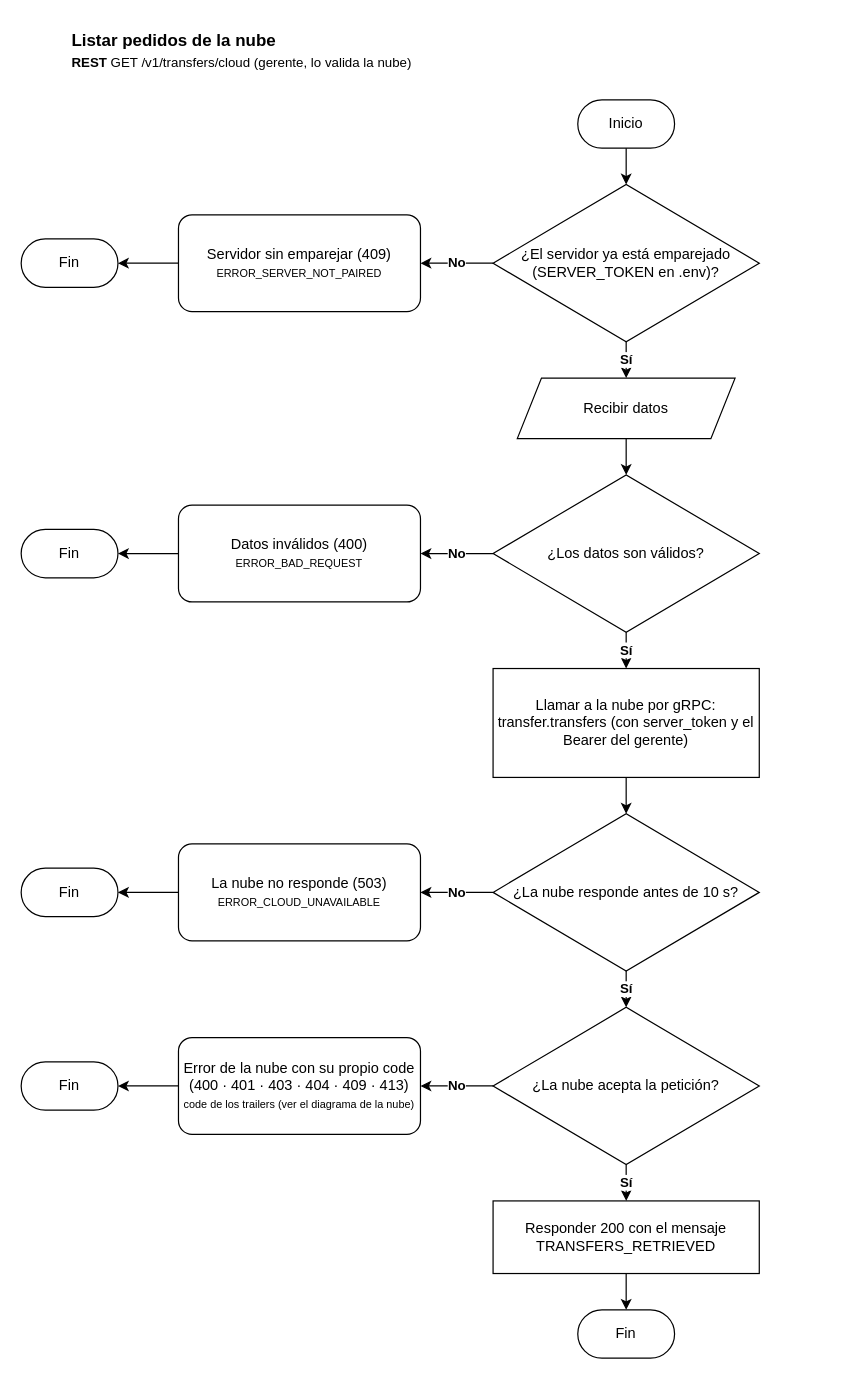
Earlier version of the draw.io diagram documents/diagrams/workflows/transfer/cloud/transfers.drawio (Andry510/miyabi-restaurant-server). Source tidied: cells renumbered, new cells numbered last; positions are measured from the earlier drawing's top-left corner, leaving out a move shared by most shapes. Both pictures are drawn from the tidied source at 121%, with x=0, y=0 at pixel (21, 21).
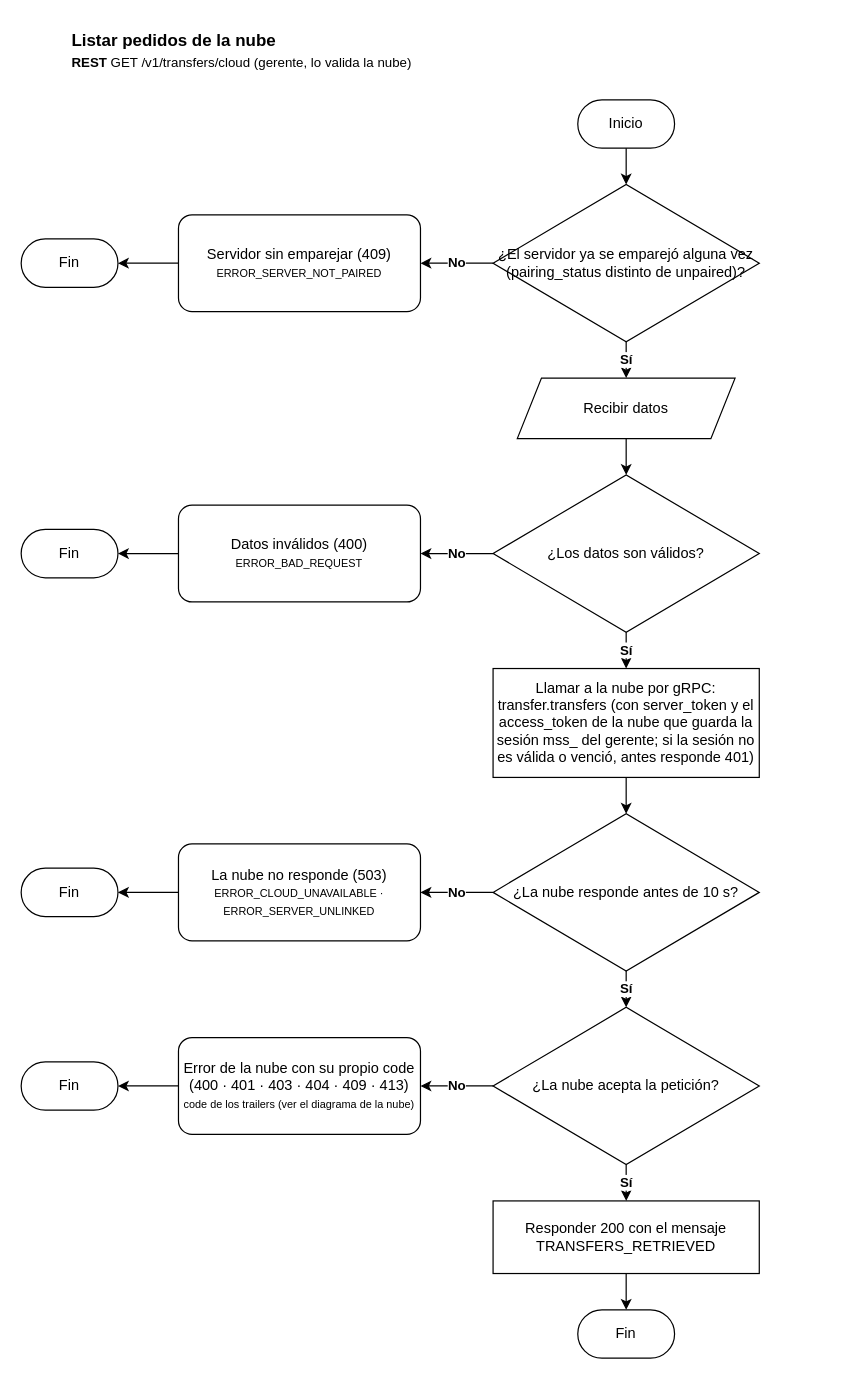
The same diagram, later.

The edit, as a diff of the source:
```diff
@@
-    <mxCell id="4" value="¿El servidor ya está emparejado (SERVER_TOKEN en .env)?" style="rhombus;whiteSpace=wrap;html=1;rounded=1;arcSize=0;" parent="1" vertex="1">
+    <mxCell id="4" value="¿El servidor ya se emparejó alguna vez (pairing_status distinto de unpaired)?" style="rhombus;whiteSpace=wrap;html=1;rounded=1;arcSize=0;" parent="1" vertex="1">
       <mxGeometry x="390" y="135" width="220" height="130" as="geometry" />
     </mxCell>
@@
-    <mxCell id="18" value="Llamar a la nube por gRPC: transfer.transfers (con server_token y el Bearer del gerente)" style="rounded=0;whiteSpace=wrap;html=1;" parent="1" vertex="1">
+    <mxCell id="18" value="Llamar a la nube por gRPC: transfer.transfers (con server_token y el access_token de la nube que guarda la sesión mss_ del gerente; si la sesión no es válida o venció, antes responde 401)" style="rounded=0;whiteSpace=wrap;html=1;" parent="1" vertex="1">
       <mxGeometry x="390" y="535" width="220" height="90" as="geometry" />
     </mxCell>
@@
-    <mxCell id="22" value="La nube no responde (503)&lt;br&gt;&lt;font style=&quot;font-size: 9px;&quot;&gt;ERROR_CLOUD_UNAVAILABLE&lt;/font&gt;" style="rounded=1;whiteSpace=wrap;html=1;arcSize=14;" parent="1" vertex="1">
+    <mxCell id="22" value="La nube no responde (503)&lt;br&gt;&lt;font style=&quot;font-size: 9px;&quot;&gt;ERROR_CLOUD_UNAVAILABLE · ERROR_SERVER_UNLINKED&lt;/font&gt;" style="rounded=1;whiteSpace=wrap;html=1;arcSize=14;" parent="1" vertex="1">
       <mxGeometry x="130" y="680" width="200" height="80" as="geometry" />
     </mxCell>
```
